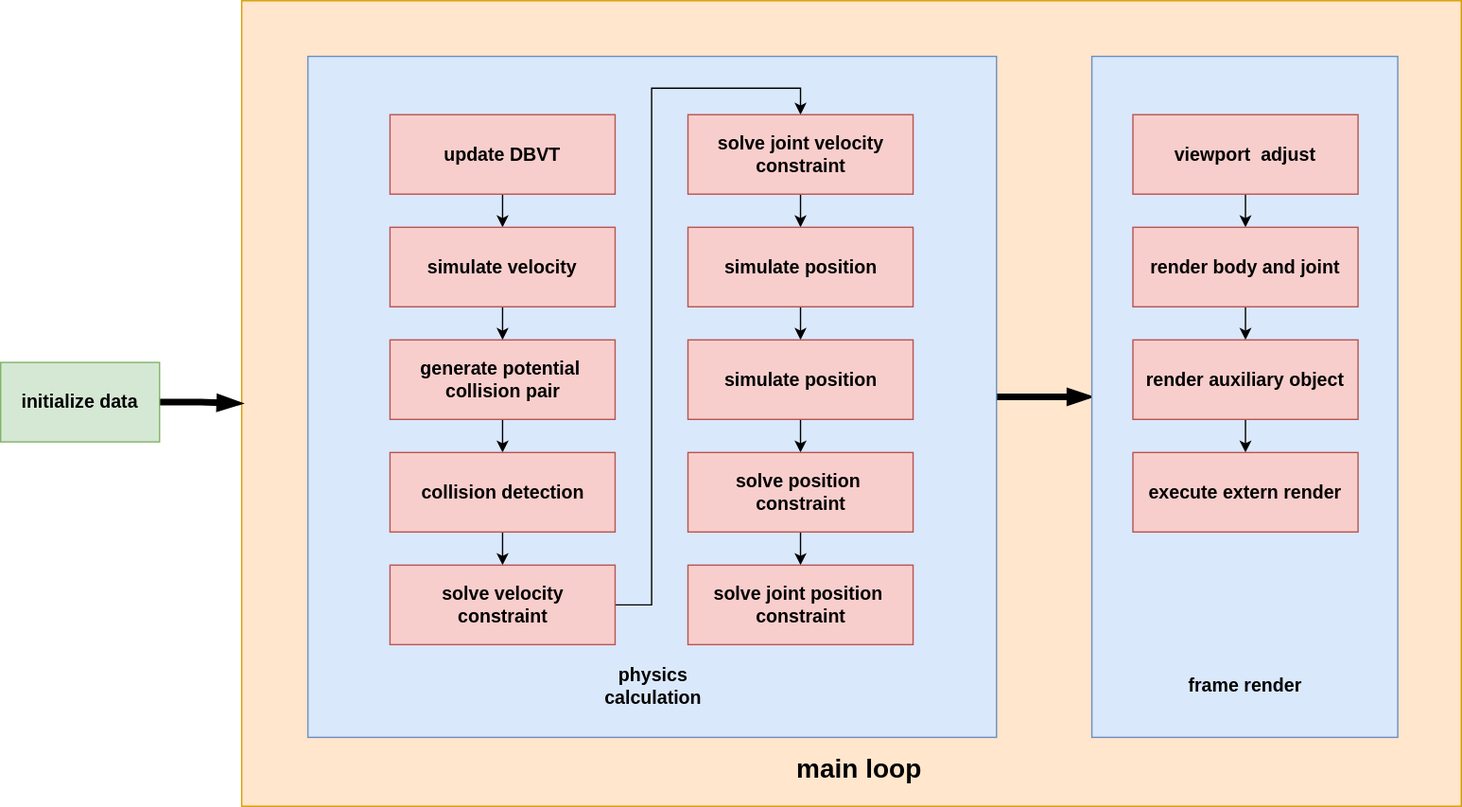
Before: flow.drawio.svg, a diagram exported from draw.io (maksyuki/TaichiGAME-res). Source tidied: cells renumbered, new cells last; positions are measured from the earlier drawing's top-left corner, leaving out a move shared by most shapes. The source it was exported from:
```xml
<mxGraphModel>
  <root>
    <mxCell id="0" />
    <mxCell id="1" parent="0" />
    <mxCell id="2" style="rounded=0;whiteSpace=wrap;html=1;fontSize=14;fillColor=#ffe6cc;strokeColor=#d79b00;" parent="1" vertex="1">
      <mxGeometry x="182" width="921" height="608" as="geometry" />
    </mxCell>
    <mxCell id="3" style="edgeStyle=orthogonalEdgeStyle;rounded=0;jettySize=auto;html=1;entryX=0;entryY=0.5;entryDx=0;entryDy=0;fontSize=14;endArrow=blockThin;endFill=1;strokeWidth=5;" parent="1" edge="1" source="4" target="2">
      <mxGeometry relative="1" as="geometry" />
    </mxCell>
    <mxCell id="4" value="&lt;font&gt;&lt;span style=&quot;font-size: 14px&quot;&gt;&lt;b&gt;initialize&amp;nbsp;data&lt;/b&gt;&lt;/span&gt;&lt;/font&gt;" style="rounded=0;whiteSpace=wrap;html=1;fillColor=#d5e8d4;strokeColor=#82b366;" parent="1" vertex="1">
      <mxGeometry y="273" width="120" height="60" as="geometry" />
    </mxCell>
    <mxCell id="5" style="edgeStyle=orthogonalEdgeStyle;rounded=0;jettySize=auto;html=1;exitX=1;exitY=0.5;exitDx=0;exitDy=0;entryX=0;entryY=0.5;entryDx=0;entryDy=0;fontSize=14;endArrow=blockThin;endFill=1;strokeWidth=5;" parent="1" edge="1" source="6" target="27">
      <mxGeometry relative="1" as="geometry" />
    </mxCell>
    <mxCell id="6" style="rounded=0;whiteSpace=wrap;html=1;fontSize=14;fillColor=#dae8fc;strokeColor=#6c8ebf;" parent="1" vertex="1">
      <mxGeometry x="232" y="42" width="520" height="514" as="geometry" />
    </mxCell>
    <mxCell id="7" style="edgeStyle=orthogonalEdgeStyle;rounded=0;jettySize=auto;html=1;exitX=0.5;exitY=1;exitDx=0;exitDy=0;entryX=0.5;entryY=0;entryDx=0;entryDy=0;fontSize=14;" parent="1" edge="1" source="8" target="11">
      <mxGeometry relative="1" as="geometry" />
    </mxCell>
    <mxCell id="8" value="&lt;font&gt;&lt;span style=&quot;font-size: 14px&quot;&gt;&lt;b&gt;update DBVT&lt;/b&gt;&lt;/span&gt;&lt;/font&gt;" style="rounded=0;whiteSpace=wrap;html=1;fillColor=#f8cecc;strokeColor=#b85450;" parent="1" vertex="1">
      <mxGeometry x="294" y="86" width="170" height="60" as="geometry" />
    </mxCell>
    <mxCell id="9" value="&lt;span style=&quot;font-size: 14px&quot;&gt;&lt;b&gt;physics calculation&lt;/b&gt;&lt;/span&gt;" style="rounded=0;whiteSpace=wrap;html=1;fillColor=none;strokeColor=none;" parent="1" vertex="1">
      <mxGeometry x="433" y="492" width="120" height="50" as="geometry" />
    </mxCell>
    <mxCell id="10" style="edgeStyle=orthogonalEdgeStyle;rounded=0;jettySize=auto;html=1;exitX=0.5;exitY=1;exitDx=0;exitDy=0;entryX=0.5;entryY=0;entryDx=0;entryDy=0;fontSize=14;" parent="1" edge="1" source="11" target="13">
      <mxGeometry relative="1" as="geometry" />
    </mxCell>
    <mxCell id="11" value="&lt;span style=&quot;font-size: 14px&quot;&gt;&lt;b&gt;simulate velocity&lt;/b&gt;&lt;/span&gt;" style="rounded=0;whiteSpace=wrap;html=1;fillColor=#f8cecc;strokeColor=#b85450;" parent="1" vertex="1">
      <mxGeometry x="294" y="171" width="170" height="60" as="geometry" />
    </mxCell>
    <mxCell id="12" style="edgeStyle=orthogonalEdgeStyle;rounded=0;jettySize=auto;html=1;entryX=0.5;entryY=0;entryDx=0;entryDy=0;fontSize=14;" parent="1" edge="1" source="13" target="15">
      <mxGeometry relative="1" as="geometry" />
    </mxCell>
    <mxCell id="13" value="&lt;span style=&quot;font-size: 14px&quot;&gt;&lt;b&gt;generate&amp;nbsp;&lt;/b&gt;&lt;/span&gt;&lt;span style=&quot;font-size: 14px&quot;&gt;&lt;b&gt;potential&amp;nbsp;&lt;br&gt;collision pair&lt;br&gt;&lt;/b&gt;&lt;/span&gt;" style="rounded=0;html=1;fillColor=#f8cecc;strokeColor=#b85450;" parent="1" vertex="1">
      <mxGeometry x="294" y="256" width="170" height="60" as="geometry" />
    </mxCell>
    <mxCell id="14" style="edgeStyle=orthogonalEdgeStyle;rounded=0;jettySize=auto;html=1;exitX=0.5;exitY=1;exitDx=0;exitDy=0;entryX=0.5;entryY=0;entryDx=0;entryDy=0;fontSize=14;" parent="1" edge="1" source="15" target="17">
      <mxGeometry relative="1" as="geometry" />
    </mxCell>
    <mxCell id="15" value="&lt;span style=&quot;font-size: 14px&quot;&gt;&lt;b&gt;collision detection&lt;br&gt;&lt;/b&gt;&lt;/span&gt;" style="rounded=0;html=1;fillColor=#f8cecc;strokeColor=#b85450;" parent="1" vertex="1">
      <mxGeometry x="294" y="341" width="170" height="60" as="geometry" />
    </mxCell>
    <mxCell id="16" style="edgeStyle=orthogonalEdgeStyle;rounded=0;jettySize=auto;html=1;entryX=0.5;entryY=0;entryDx=0;entryDy=0;fontSize=14;" parent="1" edge="1" source="17" target="19">
      <mxGeometry relative="1" as="geometry" />
    </mxCell>
    <mxCell id="17" value="&lt;span style=&quot;font-size: 14px&quot;&gt;&lt;b&gt;solve velocity &lt;br&gt;constraint&lt;br&gt;&lt;/b&gt;&lt;/span&gt;" style="rounded=0;html=1;fillColor=#f8cecc;strokeColor=#b85450;" parent="1" vertex="1">
      <mxGeometry x="294" y="426" width="170" height="60" as="geometry" />
    </mxCell>
    <mxCell id="18" style="edgeStyle=orthogonalEdgeStyle;rounded=0;jettySize=auto;html=1;entryX=0.5;entryY=0;entryDx=0;entryDy=0;fontSize=14;" parent="1" edge="1" source="19" target="21">
      <mxGeometry relative="1" as="geometry" />
    </mxCell>
    <mxCell id="19" value="&lt;span style=&quot;font-size: 14px&quot;&gt;&lt;b&gt;solve joint&amp;nbsp;velocity &lt;br&gt;constraint&lt;br&gt;&lt;/b&gt;&lt;/span&gt;" style="rounded=0;html=1;fillColor=#f8cecc;strokeColor=#b85450;" parent="1" vertex="1">
      <mxGeometry x="519" y="86" width="170" height="60" as="geometry" />
    </mxCell>
    <mxCell id="20" style="edgeStyle=orthogonalEdgeStyle;rounded=0;jettySize=auto;html=1;entryX=0.5;entryY=0;entryDx=0;entryDy=0;fontSize=14;" parent="1" edge="1" source="21" target="23">
      <mxGeometry relative="1" as="geometry" />
    </mxCell>
    <mxCell id="21" value="&lt;b style=&quot;font-size: 14px&quot;&gt;simulate position&lt;/b&gt;&lt;span style=&quot;font-size: 14px&quot;&gt;&lt;b&gt;&lt;br&gt;&lt;/b&gt;&lt;/span&gt;" style="rounded=0;html=1;fillColor=#f8cecc;strokeColor=#b85450;" parent="1" vertex="1">
      <mxGeometry x="519" y="171" width="170" height="60" as="geometry" />
    </mxCell>
    <mxCell id="22" style="edgeStyle=orthogonalEdgeStyle;rounded=0;jettySize=auto;html=1;entryX=0.5;entryY=0;entryDx=0;entryDy=0;fontSize=14;" parent="1" edge="1" source="23" target="25">
      <mxGeometry relative="1" as="geometry" />
    </mxCell>
    <mxCell id="23" value="&lt;b style=&quot;font-size: 14px&quot;&gt;simulate position&lt;/b&gt;&lt;span style=&quot;font-size: 14px&quot;&gt;&lt;b&gt;&lt;br&gt;&lt;/b&gt;&lt;/span&gt;" style="rounded=0;html=1;fillColor=#f8cecc;strokeColor=#b85450;" parent="1" vertex="1">
      <mxGeometry x="519" y="256" width="170" height="60" as="geometry" />
    </mxCell>
    <mxCell id="24" style="edgeStyle=orthogonalEdgeStyle;rounded=0;jettySize=auto;html=1;entryX=0.5;entryY=0;entryDx=0;entryDy=0;fontSize=14;" parent="1" edge="1" source="25" target="26">
      <mxGeometry relative="1" as="geometry" />
    </mxCell>
    <mxCell id="25" value="&lt;span style=&quot;font-size: 14px&quot;&gt;&lt;b&gt;solve position&amp;nbsp;&lt;br&gt;constraint&lt;br&gt;&lt;/b&gt;&lt;/span&gt;" style="rounded=0;html=1;fillColor=#f8cecc;strokeColor=#b85450;" parent="1" vertex="1">
      <mxGeometry x="519" y="341" width="170" height="60" as="geometry" />
    </mxCell>
    <mxCell id="26" value="&lt;span style=&quot;font-size: 14px&quot;&gt;&lt;b&gt;solve joint position&amp;nbsp;&lt;br&gt;constraint&lt;br&gt;&lt;/b&gt;&lt;/span&gt;" style="rounded=0;html=1;fillColor=#f8cecc;strokeColor=#b85450;" parent="1" vertex="1">
      <mxGeometry x="519" y="426" width="170" height="60" as="geometry" />
    </mxCell>
    <mxCell id="27" style="rounded=0;whiteSpace=wrap;html=1;fontSize=14;fillColor=#dae8fc;strokeColor=#6c8ebf;" parent="1" vertex="1">
      <mxGeometry x="824" y="42" width="231" height="514" as="geometry" />
    </mxCell>
    <mxCell id="28" style="edgeStyle=orthogonalEdgeStyle;rounded=0;jettySize=auto;html=1;entryX=0.5;entryY=0;entryDx=0;entryDy=0;fontSize=14;endArrow=classic;endFill=1;strokeWidth=1;" parent="1" edge="1" source="29" target="31">
      <mxGeometry relative="1" as="geometry" />
    </mxCell>
    <mxCell id="29" value="&lt;font&gt;&lt;span style=&quot;font-size: 14px&quot;&gt;&lt;b&gt;viewport&amp;nbsp; adjust&lt;/b&gt;&lt;/span&gt;&lt;/font&gt;" style="rounded=0;whiteSpace=wrap;html=1;fillColor=#f8cecc;strokeColor=#b85450;" parent="1" vertex="1">
      <mxGeometry x="855" y="86" width="170" height="60" as="geometry" />
    </mxCell>
    <mxCell id="30" style="edgeStyle=orthogonalEdgeStyle;rounded=0;jettySize=auto;html=1;entryX=0.5;entryY=0;entryDx=0;entryDy=0;fontSize=14;endArrow=classic;endFill=1;strokeWidth=1;" parent="1" edge="1" source="31" target="33">
      <mxGeometry relative="1" as="geometry" />
    </mxCell>
    <mxCell id="31" value="&lt;font&gt;&lt;span style=&quot;font-size: 14px&quot;&gt;&lt;b&gt;render body and joint&lt;/b&gt;&lt;/span&gt;&lt;/font&gt;" style="rounded=0;whiteSpace=wrap;html=1;fillColor=#f8cecc;strokeColor=#b85450;" parent="1" vertex="1">
      <mxGeometry x="855" y="171" width="170" height="60" as="geometry" />
    </mxCell>
    <mxCell id="32" style="edgeStyle=orthogonalEdgeStyle;rounded=0;jettySize=auto;html=1;entryX=0.5;entryY=0;entryDx=0;entryDy=0;fontSize=14;endArrow=classic;endFill=1;strokeWidth=1;" parent="1" edge="1" source="33" target="34">
      <mxGeometry relative="1" as="geometry" />
    </mxCell>
    <mxCell id="33" value="&lt;font&gt;&lt;span style=&quot;font-size: 14px&quot;&gt;&lt;b&gt;render&amp;nbsp;&lt;/b&gt;&lt;/span&gt;&lt;/font&gt;&lt;span style=&quot;font-size: 14px&quot;&gt;&lt;b&gt;auxiliary object&lt;/b&gt;&lt;/span&gt;" style="rounded=0;whiteSpace=wrap;html=1;fillColor=#f8cecc;strokeColor=#b85450;" parent="1" vertex="1">
      <mxGeometry x="855" y="256" width="170" height="60" as="geometry" />
    </mxCell>
    <mxCell id="34" value="&lt;span style=&quot;font-size: 14px&quot;&gt;&lt;b&gt;execute extern render&lt;/b&gt;&lt;/span&gt;" style="rounded=0;whiteSpace=wrap;html=1;fillColor=#f8cecc;strokeColor=#b85450;" parent="1" vertex="1">
      <mxGeometry x="855" y="341" width="170" height="60" as="geometry" />
    </mxCell>
    <mxCell id="35" value="&lt;span style=&quot;font-size: 14px&quot;&gt;&lt;b&gt;frame render&lt;/b&gt;&lt;/span&gt;" style="rounded=0;whiteSpace=wrap;html=1;fillColor=none;strokeColor=none;" parent="1" vertex="1">
      <mxGeometry x="880" y="492" width="120" height="50" as="geometry" />
    </mxCell>
    <mxCell id="36" value="&lt;b&gt;&lt;font style=&quot;font-size: 20px&quot;&gt;main loop&lt;/font&gt;&lt;/b&gt;" style="rounded=0;whiteSpace=wrap;html=1;fillColor=none;strokeColor=none;" parent="1" vertex="1">
      <mxGeometry x="547" y="564" width="203" height="30" as="geometry" />
    </mxCell>
  </root>
</mxGraphModel>
```
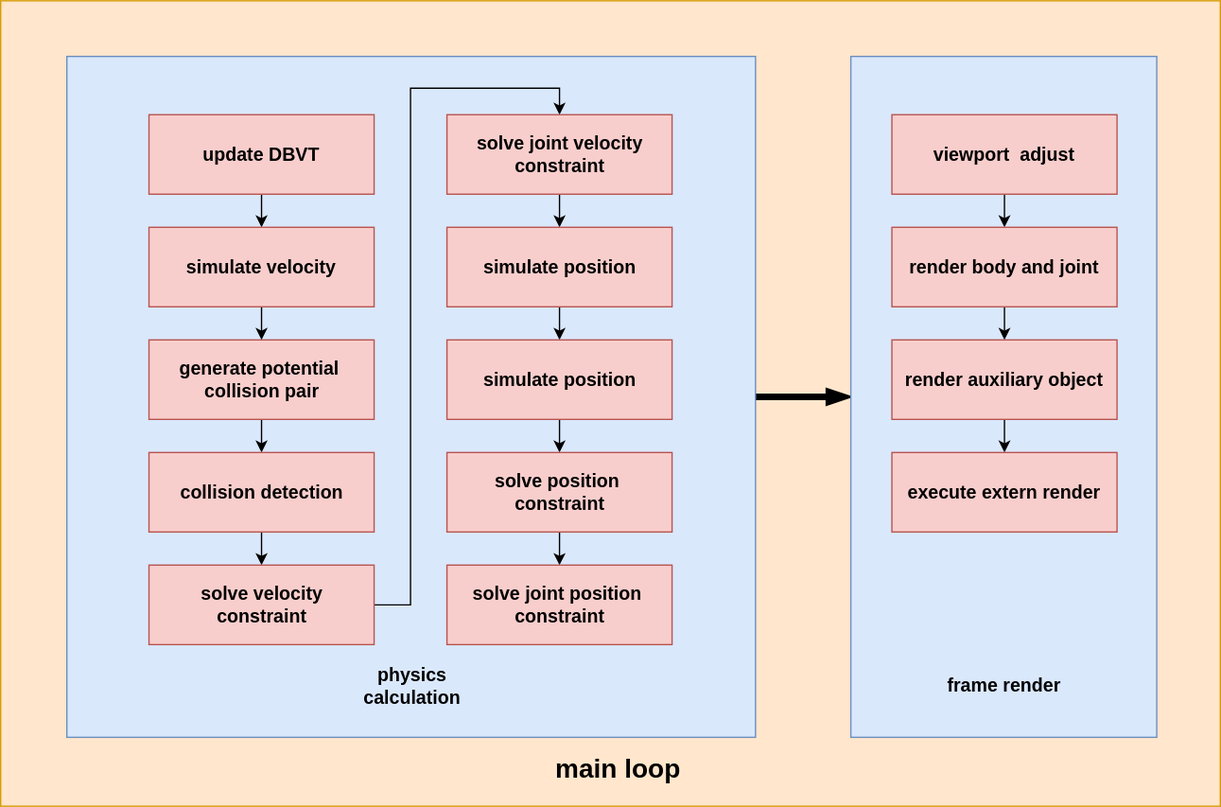
After the commit.

Commit message:
feat: remove init data item from the flow chart

What changed in the source:
```diff
@@ -5,12 +5,6 @@
     <mxCell id="2" style="rounded=0;whiteSpace=wrap;html=1;fontSize=14;fillColor=#ffe6cc;strokeColor=#d79b00;" parent="1" vertex="1">
       <mxGeometry x="182" width="921" height="608" as="geometry" />
     </mxCell>
-    <mxCell id="3" style="edgeStyle=orthogonalEdgeStyle;rounded=0;jettySize=auto;html=1;entryX=0;entryY=0.5;entryDx=0;entryDy=0;fontSize=14;endArrow=blockThin;endFill=1;strokeWidth=5;" parent="1" edge="1" source="4" target="2">
-      <mxGeometry relative="1" as="geometry" />
-    </mxCell>
-    <mxCell id="4" value="&lt;font&gt;&lt;span style=&quot;font-size: 14px&quot;&gt;&lt;b&gt;initialize&amp;nbsp;data&lt;/b&gt;&lt;/span&gt;&lt;/font&gt;" style="rounded=0;whiteSpace=wrap;html=1;fillColor=#d5e8d4;strokeColor=#82b366;" parent="1" vertex="1">
-      <mxGeometry y="273" width="120" height="60" as="geometry" />
-    </mxCell>
     <mxCell id="5" style="edgeStyle=orthogonalEdgeStyle;rounded=0;jettySize=auto;html=1;exitX=1;exitY=0.5;exitDx=0;exitDy=0;entryX=0;entryY=0.5;entryDx=0;entryDy=0;fontSize=14;endArrow=blockThin;endFill=1;strokeWidth=5;" parent="1" edge="1" source="6" target="27">
       <mxGeometry relative="1" as="geometry" />
     </mxCell>
```
